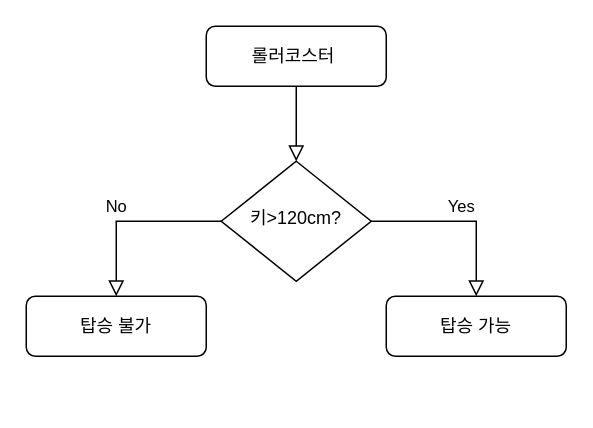
Earlier version of the draw.io diagram 제목 없는 다이어그램.drawio (ehdcjf/py-lecture). Source tidied: cells renumbered, new cells numbered last; positions are measured from the earlier drawing's top-left corner, leaving out a move shared by most shapes. Both pictures are drawn from the tidied source at 150%, with x=0, y=0 at pixel (26, 26).
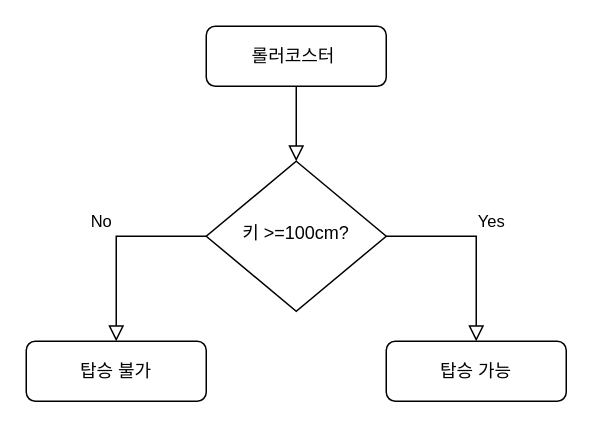
Above is the later version.

Commit message (it also covers changes not shown here):
제목 없는 다이어그램.drawio 업데이트

Diff of the diagram source:
```diff
@@
 <mxGraphModel>
   <root>
     <mxCell id="0" />
     <mxCell id="1" parent="0" />
     <mxCell id="2" style="rounded=0;html=1;jettySize=auto;fontSize=11;endArrow=block;endFill=0;endSize=8;strokeWidth=1;shadow=0;labelBackgroundColor=none;edgeStyle=orthogonalEdgeStyle;" parent="1" edge="1" source="3" target="5">
       <mxGeometry relative="1" as="geometry" />
     </mxCell>
     <mxCell id="3" value="롤러코스터&amp;nbsp;" style="rounded=1;whiteSpace=wrap;html=1;fontSize=12;glass=0;strokeWidth=1;shadow=0;" parent="1" vertex="1">
       <mxGeometry x="120" width="120" height="40" as="geometry" />
     </mxCell>
     <mxCell id="4" value="No" style="edgeStyle=orthogonalEdgeStyle;rounded=0;html=1;jettySize=auto;fontSize=11;endArrow=block;endFill=0;endSize=8;strokeWidth=1;shadow=0;labelBackgroundColor=none;exitX=0;exitY=0.5;exitDx=0;exitDy=0;" parent="1" edge="1" source="5" target="6">
-      <mxGeometry x="0.17" y="-10" relative="1" as="geometry">
-        <mxPoint x="10" y="-10" as="offset" />
+      <mxGeometry x="-0.08" y="-14" relative="1" as="geometry">
+        <mxPoint x="4" y="-10" as="offset" />
       </mxGeometry>
     </mxCell>
-    <mxCell id="5" value="키&amp;gt;120cm?" style="rhombus;whiteSpace=wrap;html=1;shadow=0;fontFamily=Helvetica;fontSize=12;align=center;strokeWidth=1;spacing=6;spacingTop=-4;" parent="1" vertex="1">
-      <mxGeometry x="130" y="90" width="100" height="80" as="geometry" />
+    <mxCell id="5" value="키 &amp;gt;=100cm?" style="rhombus;whiteSpace=wrap;html=1;shadow=0;fontFamily=Helvetica;fontSize=12;align=center;strokeWidth=1;spacing=6;spacingTop=-4;" parent="1" vertex="1">
+      <mxGeometry x="120" y="90" width="120" height="100" as="geometry" />
     </mxCell>
     <mxCell id="6" value="탑승 불가" style="rounded=1;whiteSpace=wrap;html=1;fontSize=12;glass=0;strokeWidth=1;shadow=0;" parent="1" vertex="1">
-      <mxGeometry y="180" width="120" height="40" as="geometry" />
+      <mxGeometry y="210" width="120" height="40" as="geometry" />
     </mxCell>
     <mxCell id="7" value="Yes" style="edgeStyle=orthogonalEdgeStyle;rounded=0;html=1;jettySize=auto;fontSize=11;endArrow=block;endFill=0;endSize=8;strokeWidth=1;shadow=0;labelBackgroundColor=none;exitX=1;exitY=0.5;exitDx=0;exitDy=0;" parent="1" edge="1" source="5" target="8">
-      <mxGeometry y="10" relative="1" as="geometry" />
+      <mxGeometry x="-0.08" y="14" relative="1" as="geometry">
+        <mxPoint x="-4" y="-10" as="offset" />
+      </mxGeometry>
     </mxCell>
     <mxCell id="8" value="탑승 가능" style="rounded=1;whiteSpace=wrap;html=1;fontSize=12;glass=0;strokeWidth=1;shadow=0;" parent="1" vertex="1">
-      <mxGeometry x="240" y="180" width="120" height="40" as="geometry" />
+      <mxGeometry x="240" y="210" width="120" height="40" as="geometry" />
     </mxCell>
   </root>
 </mxGraphModel>
```
